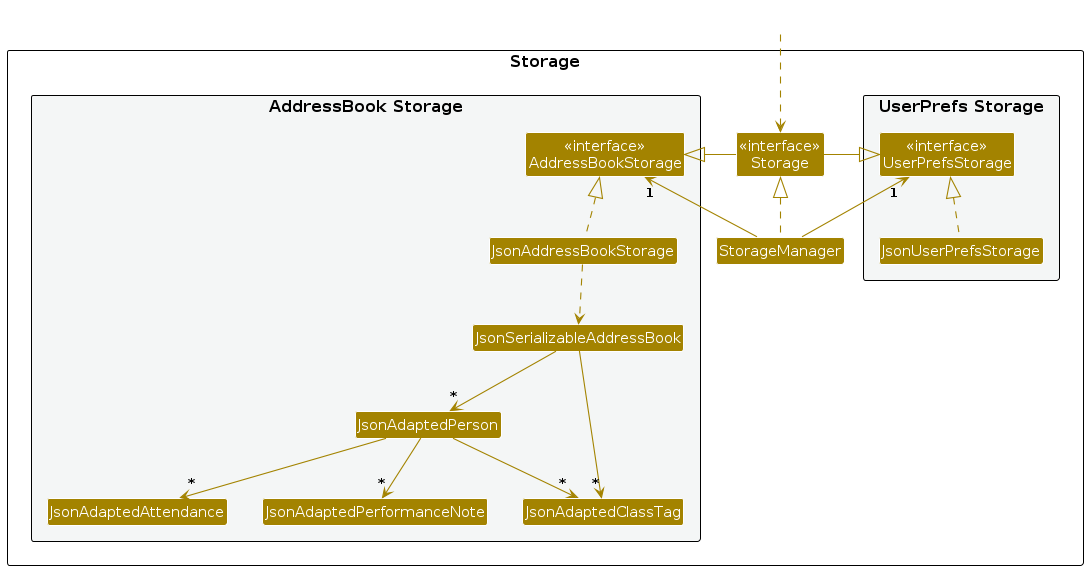
Before: diagrams/StorageClassDiagram.png, a diagram exported from PlantUML (AY2526S1-CS2103T-F10-3/tp). Its source is kept beside it as diagrams/StorageClassDiagram.puml.
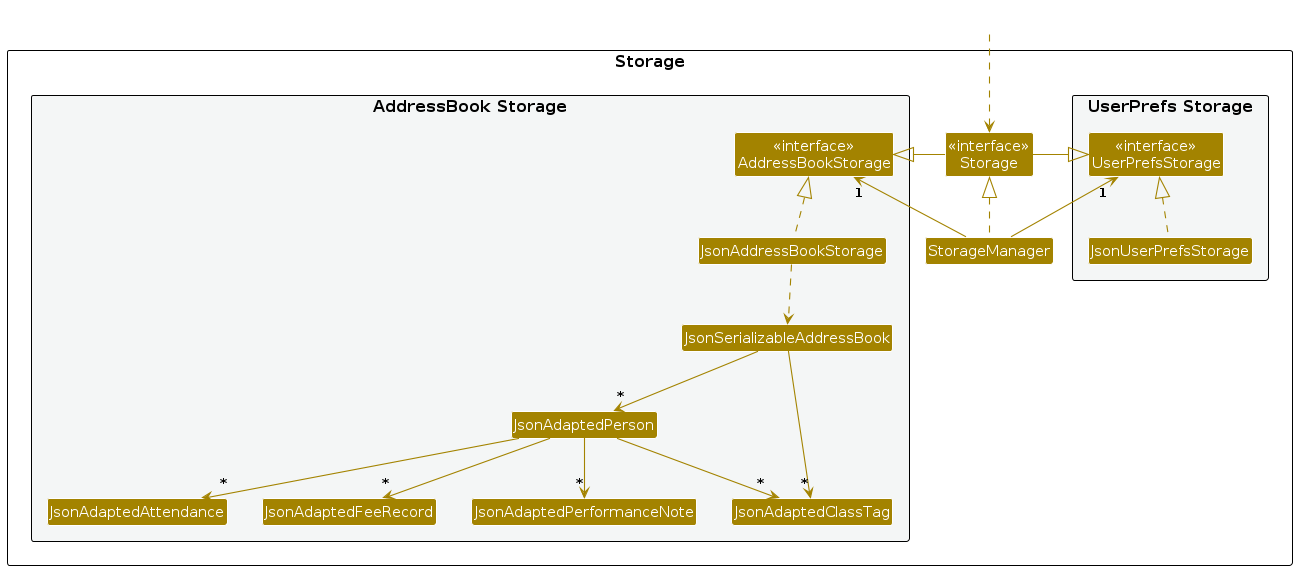
Above is the later version.

What changed in the source:
```diff
@@ -21,6 +21,7 @@
 Class JsonAdaptedPerson
 Class JsonAdaptedClassTag
 Class JsonAdaptedAttendance
+Class JsonAdaptedFeeRecord
 Class JsonAdaptedPerformanceNote
 }
 
@@ -43,6 +44,7 @@
 JsonSerializableAddressBook --> "*" JsonAdaptedClassTag
 JsonAdaptedPerson --> "*" JsonAdaptedClassTag
  JsonAdaptedPerson --> "*" JsonAdaptedAttendance
+ JsonAdaptedPerson --> " * " JsonAdaptedFeeRecord
  JsonAdaptedPerson --> "*" JsonAdaptedPerformanceNote
 
 @enduml
```
